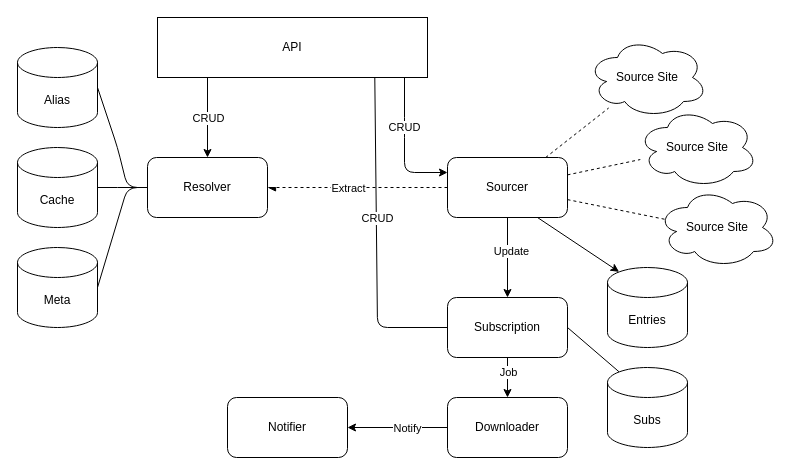
Before: draft/arch.drawio in George-Miao/forrit, a draw.io diagram. Source tidied: cells renumbered, new cells numbered last; positions are measured from the earlier drawing's top-left corner, leaving out a move shared by most shapes. Both pictures are drawn from the tidied source at 100%, with x=0, y=0 at pixel (17, 17).
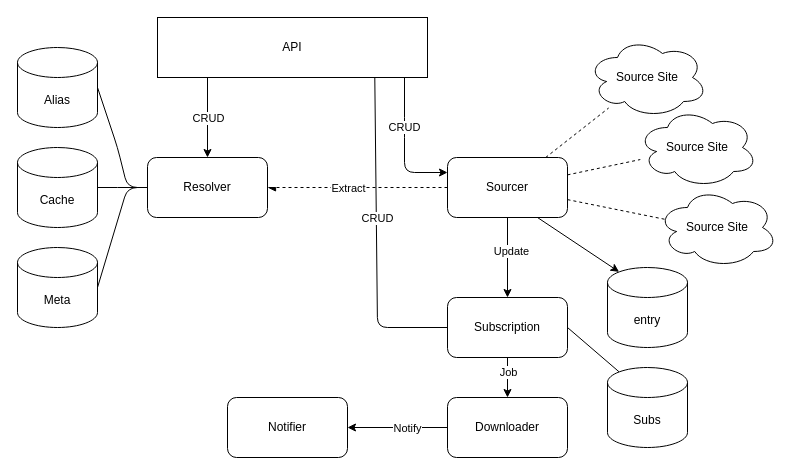
After the change.

The edit, as a diff of the source:
```diff
@@
-    <mxCell id="31" value="Entries" style="shape=cylinder3;whiteSpace=wrap;html=1;boundedLbl=1;backgroundOutline=1;size=15;labelBorderColor=none;fontColor=default;" parent="1" vertex="1">
+    <mxCell id="31" value="entry" style="shape=cylinder3;whiteSpace=wrap;html=1;boundedLbl=1;backgroundOutline=1;size=15;labelBorderColor=none;fontColor=default;" parent="1" vertex="1">
       <mxGeometry x="590" y="250" width="80" height="80" as="geometry" />
     </mxCell>
```
